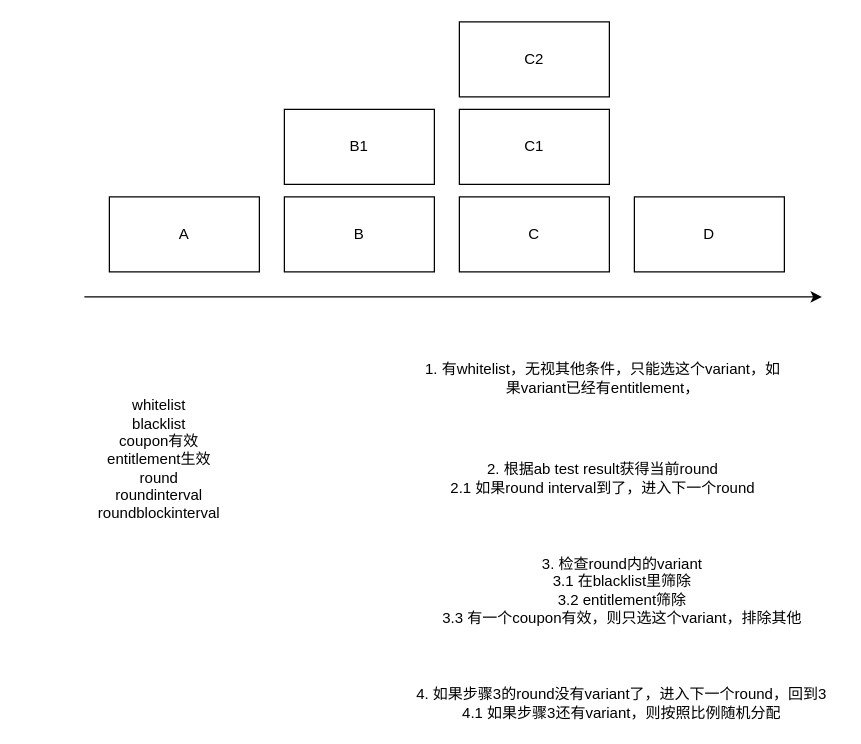
This is 优惠券循环示意图.drawio from evagle/awesome, a draw.io file, before an edit. Source tidied: cells renumbered, new cells numbered last; positions are measured from the earlier drawing's top-left corner, leaving out a move shared by most shapes. Both pictures are drawn from the tidied source at 125%, with x=0, y=0 at pixel (21, 21).
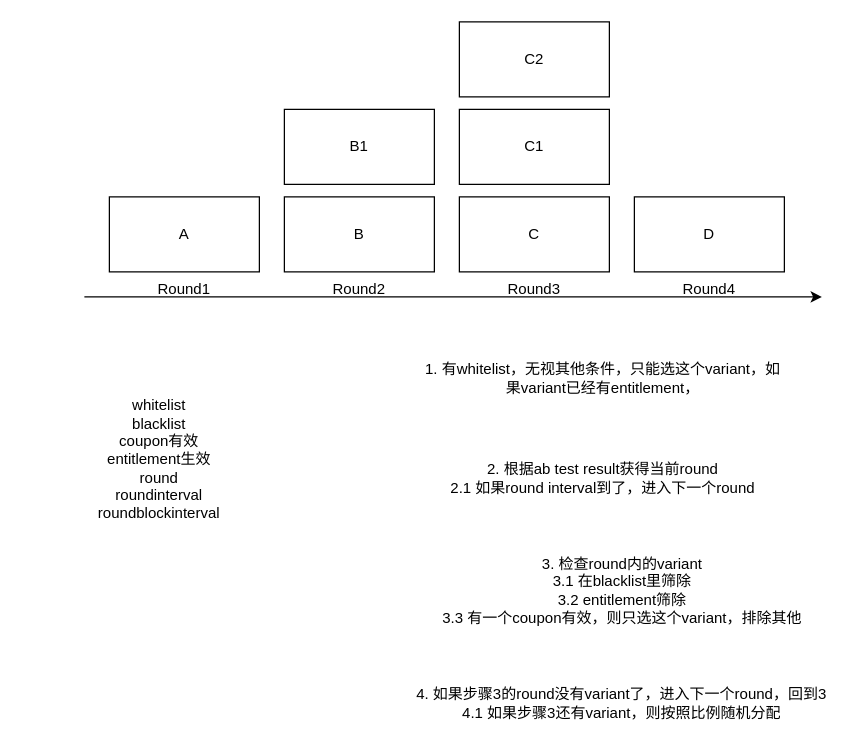
The same page after the edit.

Commit message (it also covers changes not shown here):
Update 优惠券循环示意图.drawio

Diff of the diagram source:
```diff
@@
 <mxGraphModel>
   <root>
     <mxCell id="0" />
     <mxCell id="1" parent="0" />
     <mxCell id="2" style="endArrow=classic;html=1;rounded=0;" parent="1" edge="1">
       <mxGeometry relative="1" as="geometry">
         <mxPoint x="50" y="220" as="sourcePoint" />
         <mxPoint x="640" y="220" as="targetPoint" />
       </mxGeometry>
     </mxCell>
     <mxCell id="3" value="A" style="rounded=0;whiteSpace=wrap;html=1;" parent="1" vertex="1">
       <mxGeometry x="70" y="140" width="120" height="60" as="geometry" />
     </mxCell>
     <mxCell id="4" value="B" style="rounded=0;whiteSpace=wrap;html=1;" parent="1" vertex="1">
       <mxGeometry x="210" y="140" width="120" height="60" as="geometry" />
     </mxCell>
     <mxCell id="5" value="C" style="rounded=0;whiteSpace=wrap;html=1;" parent="1" vertex="1">
       <mxGeometry x="350" y="140" width="120" height="60" as="geometry" />
     </mxCell>
     <mxCell id="6" value="D" style="rounded=0;whiteSpace=wrap;html=1;" parent="1" vertex="1">
       <mxGeometry x="490" y="140" width="120" height="60" as="geometry" />
     </mxCell>
     <mxCell id="7" value="whitelist&lt;br&gt;blacklist&lt;br&gt;coupon有效&lt;br&gt;entitlement生效&lt;br&gt;round&lt;br&gt;roundinterval&lt;br&gt;roundblockinterval" style="text;html=1;strokeColor=none;fillColor=none;align=center;verticalAlign=middle;whiteSpace=wrap;rounded=0;" parent="1" vertex="1">
       <mxGeometry y="285" width="220" height="130" as="geometry" />
     </mxCell>
     <mxCell id="8" value="1. 有whitelist，无视其他条件，只能选这个variant，如果variant已经有entitlement，" style="text;html=1;strokeColor=none;fillColor=none;align=center;verticalAlign=middle;whiteSpace=wrap;rounded=0;" parent="1" vertex="1">
       <mxGeometry x="320" y="270" width="290" height="30" as="geometry" />
     </mxCell>
     <mxCell id="9" value="2. 根据ab test result获得当前round&lt;br&gt;2.1 如果round interval到了，进入下一个round" style="text;html=1;strokeColor=none;fillColor=none;align=center;verticalAlign=middle;whiteSpace=wrap;rounded=0;" parent="1" vertex="1">
       <mxGeometry x="330" y="350" width="270" height="30" as="geometry" />
     </mxCell>
     <mxCell id="10" value="3. 检查round内的variant&lt;br&gt;3.1 在blacklist里筛除&lt;br&gt;3.2 entitlement筛除&lt;br&gt;3.3 有一个coupon有效，则只选这个variant，排除其他" style="text;html=1;strokeColor=none;fillColor=none;align=center;verticalAlign=middle;whiteSpace=wrap;rounded=0;" parent="1" vertex="1">
       <mxGeometry x="312.5" y="400" width="335" height="110" as="geometry" />
     </mxCell>
     <mxCell id="11" value="4. 如果步骤3的round没有variant了，进入下一个round，回到3&lt;br&gt;4.1 如果步骤3还有variant，则按照比例随机分配" style="text;html=1;strokeColor=none;fillColor=none;align=center;verticalAlign=middle;whiteSpace=wrap;rounded=0;" parent="1" vertex="1">
       <mxGeometry x="305" y="530" width="350" height="30" as="geometry" />
     </mxCell>
     <mxCell id="12" value="B1" style="rounded=0;whiteSpace=wrap;html=1;" parent="1" vertex="1">
       <mxGeometry x="210" y="70" width="120" height="60" as="geometry" />
     </mxCell>
     <mxCell id="13" value="C1" style="rounded=0;whiteSpace=wrap;html=1;" parent="1" vertex="1">
       <mxGeometry x="350" y="70" width="120" height="60" as="geometry" />
     </mxCell>
     <mxCell id="14" value="C2" style="rounded=0;whiteSpace=wrap;html=1;" parent="1" vertex="1">
       <mxGeometry x="350" width="120" height="60" as="geometry" />
     </mxCell>
+    <mxCell id="15" value="Round1" style="text;html=1;strokeColor=none;fillColor=none;align=center;verticalAlign=middle;whiteSpace=wrap;rounded=0;" parent="1" vertex="1">
+      <mxGeometry x="100" y="199" width="60" height="30" as="geometry" />
+    </mxCell>
+    <mxCell id="16" value="Round2" style="text;html=1;strokeColor=none;fillColor=none;align=center;verticalAlign=middle;whiteSpace=wrap;rounded=0;" parent="1" vertex="1">
+      <mxGeometry x="240" y="199" width="60" height="30" as="geometry" />
+    </mxCell>
+    <mxCell id="17" value="Round3" style="text;html=1;strokeColor=none;fillColor=none;align=center;verticalAlign=middle;whiteSpace=wrap;rounded=0;" parent="1" vertex="1">
+      <mxGeometry x="380" y="199" width="60" height="30" as="geometry" />
+    </mxCell>
+    <mxCell id="18" value="Round4" style="text;html=1;strokeColor=none;fillColor=none;align=center;verticalAlign=middle;whiteSpace=wrap;rounded=0;" parent="1" vertex="1">
+      <mxGeometry x="520" y="199" width="60" height="30" as="geometry" />
+    </mxCell>
   </root>
 </mxGraphModel>
```
